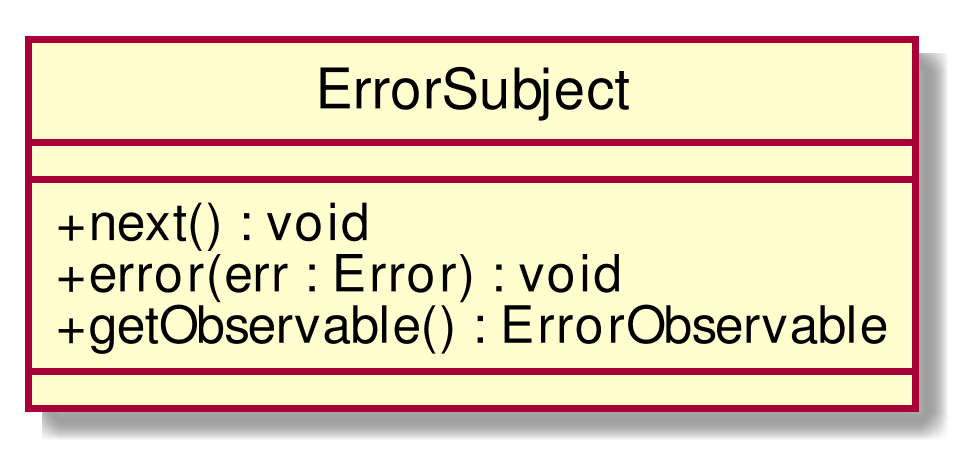
Before: RP/Esterni/DefinizioneDiProdotto/images/ClassErrorSubject.png, a diagram exported from PlantUML (CoCodeSWE/Docs).
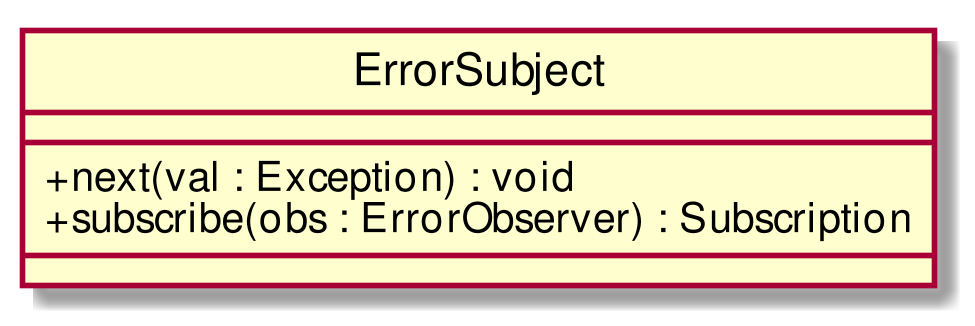
The same file after the commit.

What changed in the source:
```diff
@@ -3,9 +3,8 @@
 skinparam classAttributeIconSize 0
 class ErrorSubject{
 __
-+ next() : void
-+ error(err : Error) : void
-+ getObservable() : ErrorObservable
++ next(val : Exception) : void
++ subscribe(obs : ErrorObserver) : Subscription
 __
 
 }
```
